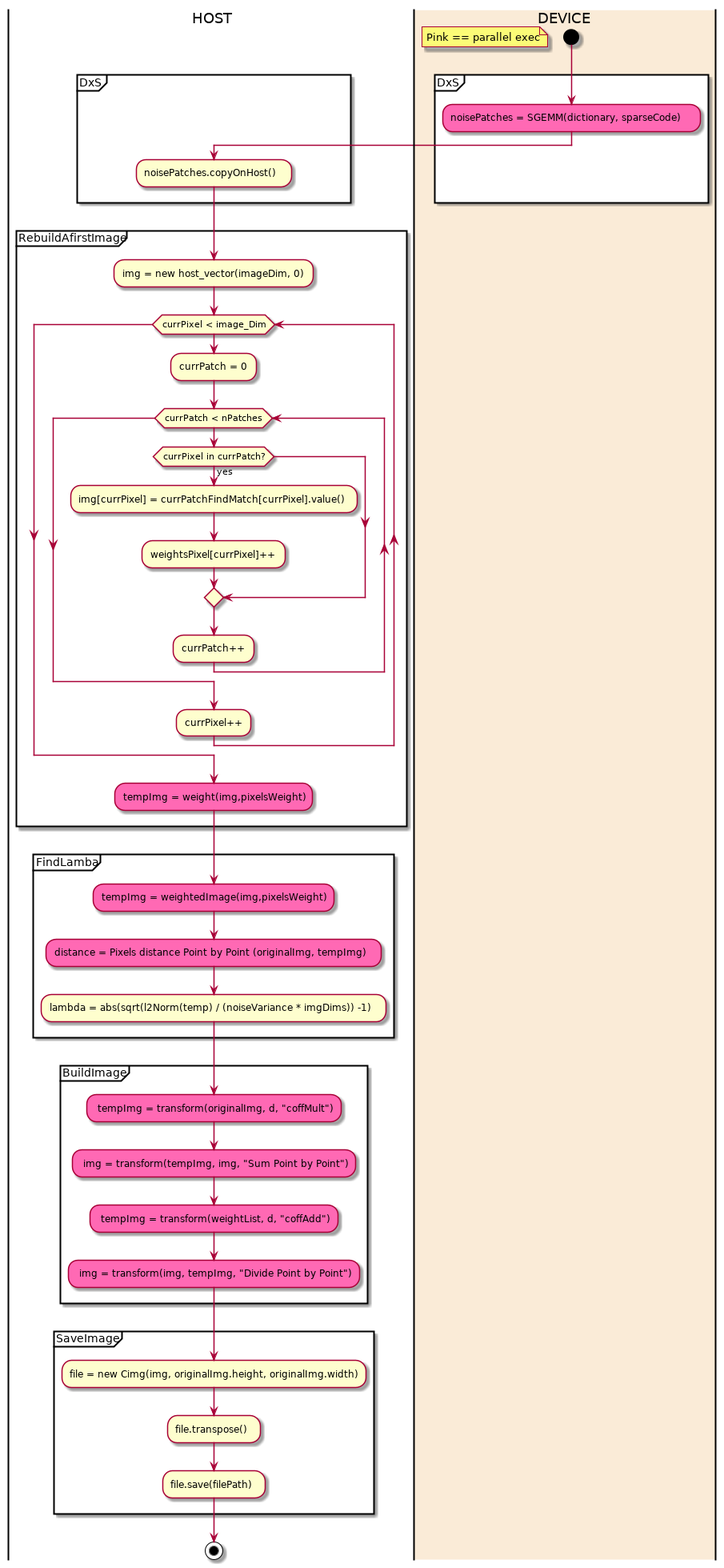
The PlantUML diagram uml/out/uml/src/BuildImageDenoisedDiagram.png in newfla/CUDA-K-SVD-Denoising, before a commit.
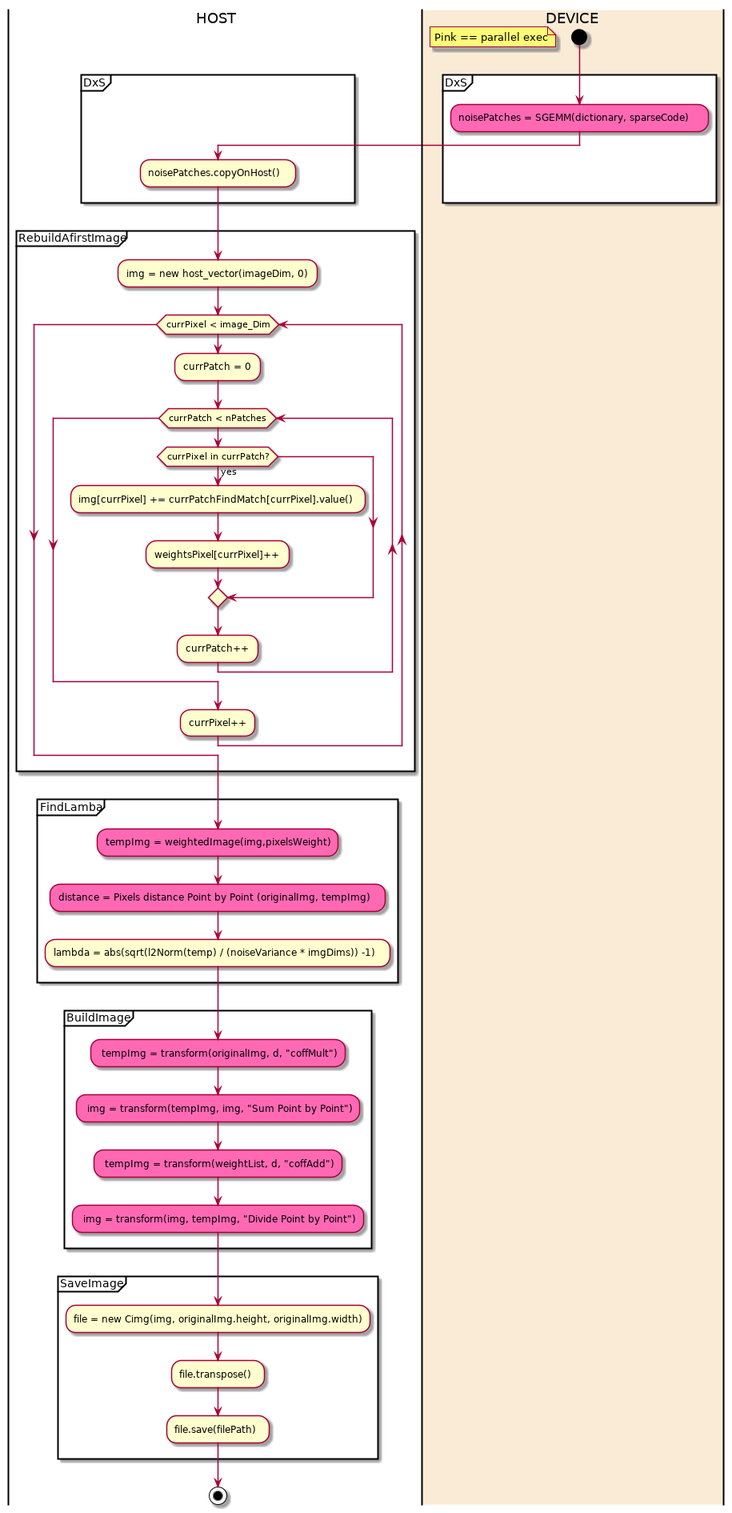
The same diagram one commit later.

Commit message:
improved diagrams

What changed in the source:
```diff
@@ -15,7 +15,7 @@
         :currPatch = 0;
         while(currPatch < nPatches)
             if(currPixel in currPatch?) then (yes)
-                :img[currPixel] = currPatchFindMatch[currPixel].value();
+                :img[currPixel] += currPatchFindMatch[currPixel].value();
                 :weightsPixel[currPixel]++;
             endif
             :currPatch++;
@@ -23,7 +23,6 @@
         :currPixel++;
     endwhile
 
-    #HotPink:tempImg = weight(img,pixelsWeight);
 }
 
 partition FindLamba {
```
